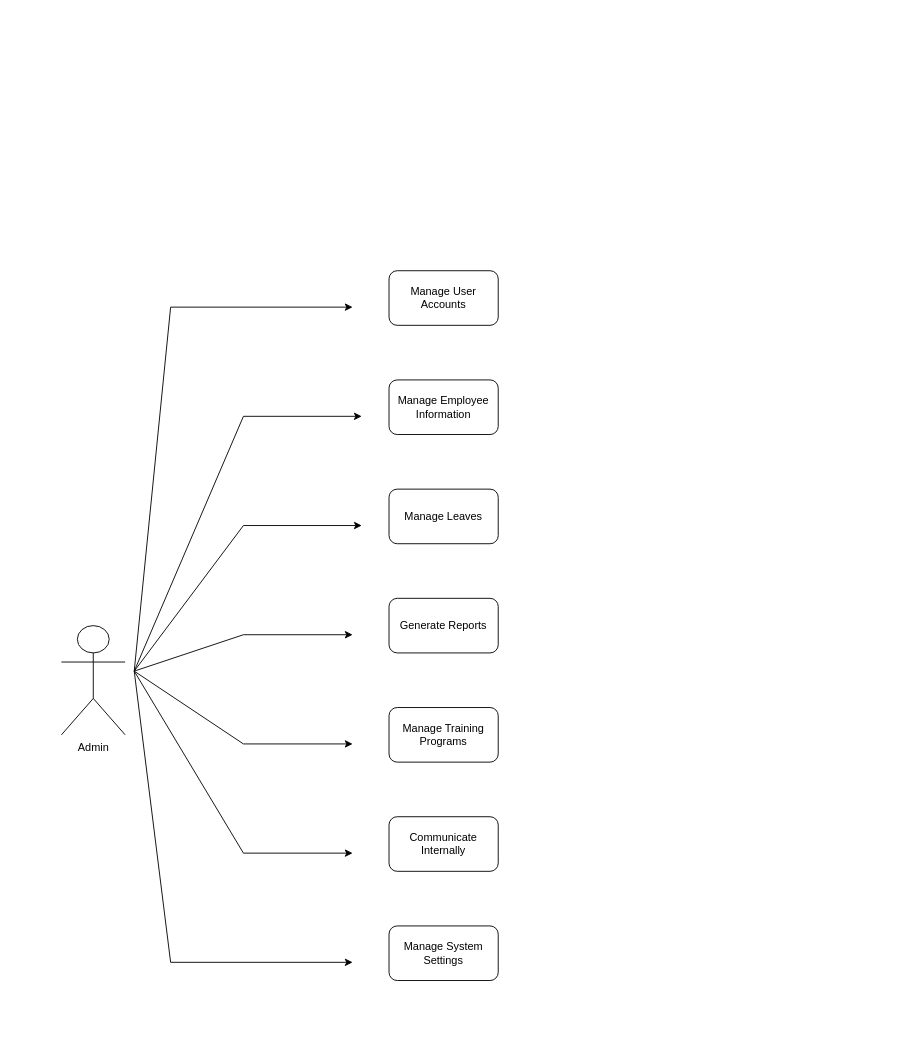
The draw.io diagram Admin Diagram.drawio in Arisa-Ndreu/test, before the edit. Source tidied: cells renumbered, new cells numbered last; positions are measured from the earlier drawing's top-left corner, leaving out a move shared by most shapes. Both pictures are drawn from the tidied source at 91%, with x=0, y=0 at pixel (61, 270).
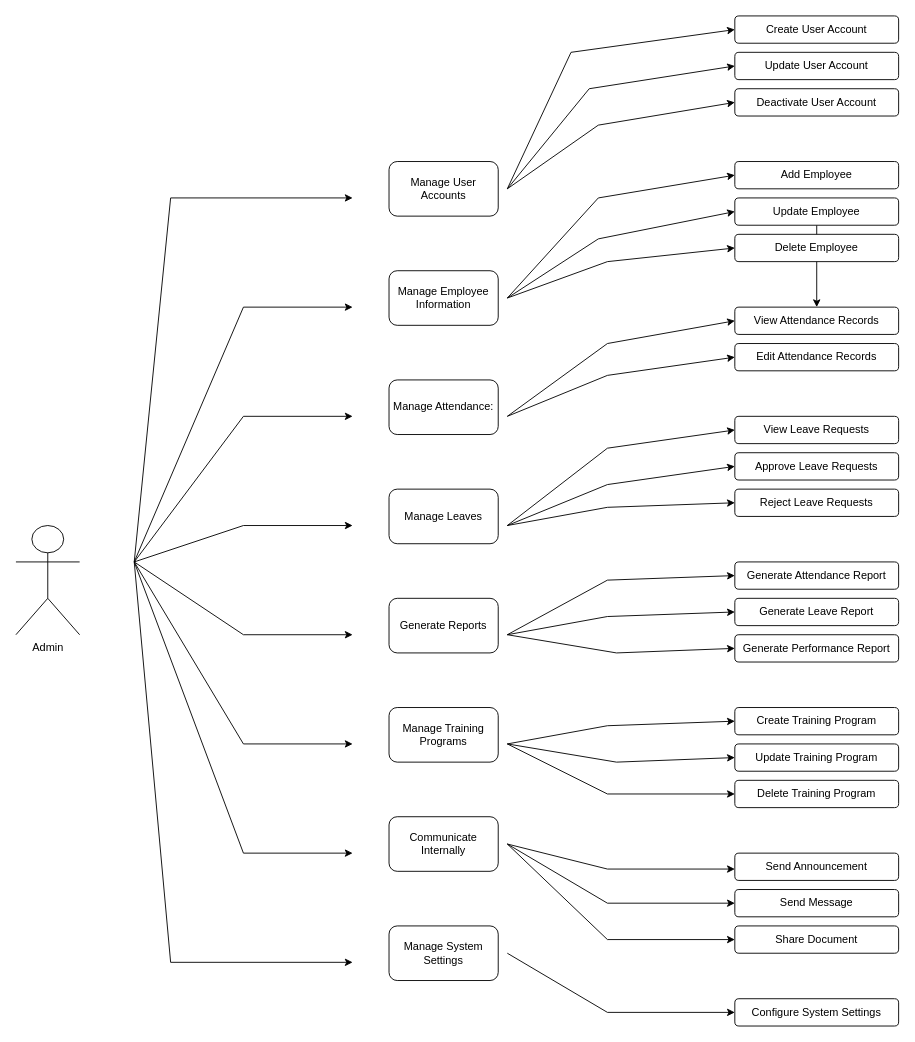
The same page after the edit.

Change to the diagram source:
```diff
@@
     <mxCell id="2" value="Admin" style="shape=umlActor;verticalLabelPosition=bottom;verticalAlign=top;html=1;" parent="1" vertex="1">
-      <mxGeometry y="390" width="70" height="120" as="geometry" />
+      <mxGeometry x="-50" y="280" width="70" height="120" as="geometry" />
     </mxCell>
     <mxCell id="3" value="Manage User Accounts" style="rounded=1;whiteSpace=wrap;html=1;" parent="1" vertex="1">
-      <mxGeometry x="360" width="120" height="60" as="geometry" />
+      <mxGeometry x="360" y="-120" width="120" height="60" as="geometry" />
     </mxCell>
     <mxCell id="4" value="Manage Employee Information" style="rounded=1;whiteSpace=wrap;html=1;" parent="1" vertex="1">
-      <mxGeometry x="360" y="120" width="120" height="60" as="geometry" />
+      <mxGeometry x="360" width="120" height="60" as="geometry" />
     </mxCell>
@@
     <mxCell id="10" style="endArrow=classic;html=1;rounded=0;" parent="1" edge="1">
       <mxGeometry relative="1" as="geometry">
-        <mxPoint x="80" y="440" as="sourcePoint" />
-        <mxPoint x="330" y="160" as="targetPoint" />
+        <mxPoint x="80" y="320" as="sourcePoint" />
+        <mxPoint x="320" y="40" as="targetPoint" />
         <Array as="points">
-          <mxPoint x="200" y="160" />
+          <mxPoint x="200" y="40" />
         </Array>
       </mxGeometry>
     </mxCell>
     <mxCell id="11" style="endArrow=classic;html=1;rounded=0;" parent="1" edge="1">
       <mxGeometry relative="1" as="geometry">
-        <mxPoint x="80" y="440" as="sourcePoint" />
-        <mxPoint x="330" y="280" as="targetPoint" />
+        <mxPoint x="80" y="320" as="sourcePoint" />
+        <mxPoint x="320" y="160" as="targetPoint" />
         <Array as="points">
-          <mxPoint x="200" y="280" />
+          <mxPoint x="200" y="160" />
         </Array>
       </mxGeometry>
     </mxCell>
     <mxCell id="12" style="endArrow=classic;html=1;rounded=0;" parent="1" edge="1">
       <mxGeometry relative="1" as="geometry">
-        <mxPoint x="80" y="440" as="sourcePoint" />
-        <mxPoint x="320" y="400" as="targetPoint" />
+        <mxPoint x="80" y="320" as="sourcePoint" />
+        <mxPoint x="320" y="280" as="targetPoint" />
         <Array as="points">
-          <mxPoint x="200" y="400" />
+          <mxPoint x="200" y="280" />
         </Array>
       </mxGeometry>
     </mxCell>
     <mxCell id="13" style="endArrow=classic;html=1;rounded=0;" parent="1" edge="1">
       <mxGeometry relative="1" as="geometry">
-        <mxPoint x="80" y="440" as="sourcePoint" />
-        <mxPoint x="320" y="40" as="targetPoint" />
+        <mxPoint x="80" y="320" as="sourcePoint" />
+        <mxPoint x="320" y="-80" as="targetPoint" />
         <Array as="points">
-          <mxPoint x="120" y="40" />
+          <mxPoint x="120" y="-80" />
         </Array>
       </mxGeometry>
     </mxCell>
     <mxCell id="14" style="endArrow=classic;html=1;rounded=0;" parent="1" edge="1">
       <mxGeometry relative="1" as="geometry">
-        <mxPoint x="80" y="440" as="sourcePoint" />
-        <mxPoint x="320" y="520" as="targetPoint" />
+        <mxPoint x="80" y="320" as="sourcePoint" />
+        <mxPoint x="320" y="400" as="targetPoint" />
         <Array as="points">
-          <mxPoint x="200" y="520" />
+          <mxPoint x="200" y="400" />
         </Array>
       </mxGeometry>
     </mxCell>
     <mxCell id="15" style="endArrow=classic;html=1;rounded=0;" parent="1" edge="1">
       <mxGeometry relative="1" as="geometry">
-        <mxPoint x="80" y="440" as="sourcePoint" />
-        <mxPoint x="320" y="640" as="targetPoint" />
+        <mxPoint x="80" y="320" as="sourcePoint" />
+        <mxPoint x="320" y="520" as="targetPoint" />
         <Array as="points">
-          <mxPoint x="200" y="640" />
+          <mxPoint x="200" y="520" />
         </Array>
       </mxGeometry>
     </mxCell>
     <mxCell id="16" style="endArrow=classic;html=1;rounded=0;" parent="1" edge="1">
       <mxGeometry relative="1" as="geometry">
-        <mxPoint x="80" y="440" as="sourcePoint" />
-        <mxPoint x="320" y="760" as="targetPoint" />
+        <mxPoint x="80" y="320" as="sourcePoint" />
+        <mxPoint x="320" y="640" as="targetPoint" />
         <Array as="points">
-          <mxPoint x="120" y="760" />
+          <mxPoint x="200" y="640" />
         </Array>
       </mxGeometry>
     </mxCell>
+    <mxCell id="17" value="Update User Account" style="rounded=1;whiteSpace=wrap;html=1;" parent="1" vertex="1">
+      <mxGeometry x="740" y="-240" width="180" height="30" as="geometry" />
+    </mxCell>
+    <mxCell id="18" style="edgeStyle=orthogonalEdgeStyle;rounded=0;jettySize=auto;html=1;" parent="1" edge="1" source="19" target="25">
+      <mxGeometry relative="1" as="geometry" />
+    </mxCell>
+    <mxCell id="19" value="Update Employee" style="rounded=1;whiteSpace=wrap;html=1;" parent="1" vertex="1">
+      <mxGeometry x="740" y="-80" width="180" height="30" as="geometry" />
+    </mxCell>
+    <mxCell id="20" value="Delete Employee" style="rounded=1;whiteSpace=wrap;html=1;" parent="1" vertex="1">
+      <mxGeometry x="740" y="-40" width="180" height="30" as="geometry" />
+    </mxCell>
+    <mxCell id="21" value="Create Training Program" style="rounded=1;whiteSpace=wrap;html=1;" parent="1" vertex="1">
+      <mxGeometry x="740" y="480" width="180" height="30" as="geometry" />
+    </mxCell>
+    <mxCell id="22" value="Add Employee" style="rounded=1;whiteSpace=wrap;html=1;" parent="1" vertex="1">
+      <mxGeometry x="740" y="-120" width="180" height="30" as="geometry" />
+    </mxCell>
+    <mxCell id="23" value="View Leave Requests" style="rounded=1;whiteSpace=wrap;html=1;" parent="1" vertex="1">
+      <mxGeometry x="740" y="160" width="180" height="30" as="geometry" />
+    </mxCell>
+    <mxCell id="24" value="Deactivate User Account" style="rounded=1;whiteSpace=wrap;html=1;" parent="1" vertex="1">
+      <mxGeometry x="740" y="-200" width="180" height="30" as="geometry" />
+    </mxCell>
+    <mxCell id="25" value="View Attendance Records" style="rounded=1;whiteSpace=wrap;html=1;" parent="1" vertex="1">
+      <mxGeometry x="740" y="40" width="180" height="30" as="geometry" />
+    </mxCell>
+    <mxCell id="26" value="Edit Attendance Records" style="rounded=1;whiteSpace=wrap;html=1;" parent="1" vertex="1">
+      <mxGeometry x="740" y="80" width="180" height="30" as="geometry" />
+    </mxCell>
+    <mxCell id="27" value="Approve Leave Requests" style="rounded=1;whiteSpace=wrap;html=1;" parent="1" vertex="1">
+      <mxGeometry x="740" y="200" width="180" height="30" as="geometry" />
+    </mxCell>
+    <mxCell id="28" value="Reject Leave Requests" style="rounded=1;whiteSpace=wrap;html=1;" parent="1" vertex="1">
+      <mxGeometry x="740" y="240" width="180" height="30" as="geometry" />
+    </mxCell>
+    <mxCell id="29" value="Generate Attendance Report" style="rounded=1;whiteSpace=wrap;html=1;" parent="1" vertex="1">
+      <mxGeometry x="740" y="320" width="180" height="30" as="geometry" />
+    </mxCell>
+    <mxCell id="30" value="Generate Leave Report" style="rounded=1;whiteSpace=wrap;html=1;" parent="1" vertex="1">
+      <mxGeometry x="740" y="360" width="180" height="30" as="geometry" />
+    </mxCell>
+    <mxCell id="31" value="Generate Performance Report" style="rounded=1;whiteSpace=wrap;html=1;" parent="1" vertex="1">
+      <mxGeometry x="740" y="400" width="180" height="30" as="geometry" />
+    </mxCell>
+    <mxCell id="32" value="Update Training Program" style="rounded=1;whiteSpace=wrap;html=1;" parent="1" vertex="1">
+      <mxGeometry x="740" y="520" width="180" height="30" as="geometry" />
+    </mxCell>
+    <mxCell id="33" value="Delete Training Program" style="rounded=1;whiteSpace=wrap;html=1;" parent="1" vertex="1">
+      <mxGeometry x="740" y="560" width="180" height="30" as="geometry" />
+    </mxCell>
+    <mxCell id="34" value="Send Announcement" style="rounded=1;whiteSpace=wrap;html=1;" parent="1" vertex="1">
+      <mxGeometry x="740" y="640" width="180" height="30" as="geometry" />
+    </mxCell>
+    <mxCell id="35" value="Send Message" style="rounded=1;whiteSpace=wrap;html=1;" parent="1" vertex="1">
+      <mxGeometry x="740" y="680" width="180" height="30" as="geometry" />
+    </mxCell>
+    <mxCell id="36" value="Share Document" style="rounded=1;whiteSpace=wrap;html=1;" parent="1" vertex="1">
+      <mxGeometry x="740" y="720" width="180" height="30" as="geometry" />
+    </mxCell>
+    <mxCell id="37" value="Create User Account" style="rounded=1;whiteSpace=wrap;html=1;" parent="1" vertex="1">
+      <mxGeometry x="740" y="-280" width="180" height="30" as="geometry" />
+    </mxCell>
+    <mxCell id="38" value="Configure System Settings" style="rounded=1;whiteSpace=wrap;html=1;" parent="1" vertex="1">
+      <mxGeometry x="740" y="800" width="180" height="30" as="geometry" />
+    </mxCell>
+    <mxCell id="39" style="endArrow=classic;html=1;rounded=0;entryX=0;entryY=0.5;entryDx=0;entryDy=0;" parent="1" edge="1" target="37">
+      <mxGeometry relative="1" as="geometry">
+        <mxPoint x="490" y="-90" as="sourcePoint" />
+        <Array as="points">
+          <mxPoint x="560" y="-240" />
+        </Array>
+      </mxGeometry>
+    </mxCell>
+    <mxCell id="40" style="endArrow=classic;html=1;rounded=0;entryX=0;entryY=0.5;entryDx=0;entryDy=0;" parent="1" edge="1" target="17">
+      <mxGeometry relative="1" as="geometry">
+        <mxPoint x="490" y="-90" as="sourcePoint" />
+        <Array as="points">
+          <mxPoint x="580" y="-200" />
+        </Array>
+      </mxGeometry>
+    </mxCell>
+    <mxCell id="41" style="endArrow=classic;html=1;rounded=0;entryX=0;entryY=0.5;entryDx=0;entryDy=0;" parent="1" edge="1" target="24">
+      <mxGeometry relative="1" as="geometry">
+        <mxPoint x="490" y="-90" as="sourcePoint" />
+        <Array as="points">
+          <mxPoint x="590" y="-160" />
+        </Array>
+      </mxGeometry>
+    </mxCell>
+    <mxCell id="42" style="endArrow=classic;html=1;rounded=0;entryX=0;entryY=0.5;entryDx=0;entryDy=0;" parent="1" edge="1" target="19">
+      <mxGeometry relative="1" as="geometry">
+        <mxPoint x="490" y="30" as="sourcePoint" />
+        <Array as="points">
+          <mxPoint x="590" y="-35" />
+        </Array>
+      </mxGeometry>
+    </mxCell>
+    <mxCell id="43" style="endArrow=classic;html=1;rounded=0;entryX=0;entryY=0.5;entryDx=0;entryDy=0;" parent="1" edge="1">
+      <mxGeometry relative="1" as="geometry">
+        <mxPoint x="490" y="30" as="sourcePoint" />
+        <mxPoint x="740" y="-105" as="targetPoint" />
+        <Array as="points">
+          <mxPoint x="590" y="-80" />
+        </Array>
+      </mxGeometry>
+    </mxCell>
+    <mxCell id="44" style="endArrow=classic;html=1;rounded=0;entryX=0;entryY=0.5;entryDx=0;entryDy=0;" parent="1" edge="1" target="20">
+      <mxGeometry relative="1" as="geometry">
+        <mxPoint x="490" y="30" as="sourcePoint" />
+        <Array as="points">
+          <mxPoint x="600" y="-10" />
+        </Array>
+      </mxGeometry>
+    </mxCell>
+    <mxCell id="45" style="endArrow=classic;html=1;rounded=0;entryX=0;entryY=0.5;entryDx=0;entryDy=0;" parent="1" edge="1" target="26">
+      <mxGeometry relative="1" as="geometry">
+        <mxPoint x="490" y="160" as="sourcePoint" />
+        <Array as="points">
+          <mxPoint x="600" y="115" />
+        </Array>
+      </mxGeometry>
+    </mxCell>
+    <mxCell id="46" style="endArrow=classic;html=1;rounded=0;entryX=0;entryY=0.5;entryDx=0;entryDy=0;" parent="1" edge="1" target="25">
+      <mxGeometry relative="1" as="geometry">
+        <mxPoint x="490" y="160" as="sourcePoint" />
+        <Array as="points">
+          <mxPoint x="600" y="80" />
+        </Array>
+      </mxGeometry>
+    </mxCell>
+    <mxCell id="47" style="endArrow=classic;html=1;rounded=0;entryX=0;entryY=0.5;entryDx=0;entryDy=0;" parent="1" edge="1">
+      <mxGeometry relative="1" as="geometry">
+        <mxPoint x="490" y="280" as="sourcePoint" />
+        <mxPoint x="740" y="215" as="targetPoint" />
+        <Array as="points">
+          <mxPoint x="600" y="235" />
+        </Array>
+      </mxGeometry>
+    </mxCell>
+    <mxCell id="48" style="endArrow=classic;html=1;rounded=0;entryX=0;entryY=0.5;entryDx=0;entryDy=0;" parent="1" edge="1">
+      <mxGeometry relative="1" as="geometry">
+        <mxPoint x="490" y="280" as="sourcePoint" />
+        <mxPoint x="740" y="255" as="targetPoint" />
+        <Array as="points">
+          <mxPoint x="600" y="260" />
+        </Array>
+      </mxGeometry>
+    </mxCell>
+    <mxCell id="49" style="endArrow=classic;html=1;rounded=0;entryX=0;entryY=0.5;entryDx=0;entryDy=0;" parent="1" edge="1">
+      <mxGeometry relative="1" as="geometry">
+        <mxPoint x="490" y="280" as="sourcePoint" />
+        <mxPoint x="740" y="175" as="targetPoint" />
+        <Array as="points">
+          <mxPoint x="600" y="195" />
+        </Array>
+      </mxGeometry>
+    </mxCell>
+    <mxCell id="50" style="endArrow=classic;html=1;rounded=0;entryX=0;entryY=0.5;entryDx=0;entryDy=0;" parent="1" edge="1">
+      <mxGeometry relative="1" as="geometry">
+        <mxPoint x="490" y="400" as="sourcePoint" />
+        <mxPoint x="740" y="375" as="targetPoint" />
+        <Array as="points">
+          <mxPoint x="600" y="380" />
+        </Array>
+      </mxGeometry>
+    </mxCell>
+    <mxCell id="51" style="endArrow=classic;html=1;rounded=0;entryX=0;entryY=0.5;entryDx=0;entryDy=0;" parent="1" edge="1">
+      <mxGeometry relative="1" as="geometry">
+        <mxPoint x="490" y="400" as="sourcePoint" />
+        <mxPoint x="740" y="335" as="targetPoint" />
+        <Array as="points">
+          <mxPoint x="600" y="340" />
+        </Array>
+      </mxGeometry>
+    </mxCell>
+    <mxCell id="52" style="endArrow=classic;html=1;rounded=0;entryX=0;entryY=0.5;entryDx=0;entryDy=0;" parent="1" edge="1" target="31">
+      <mxGeometry relative="1" as="geometry">
+        <mxPoint x="490" y="400" as="sourcePoint" />
+        <Array as="points">
+          <mxPoint x="610" y="420" />
+        </Array>
+      </mxGeometry>
+    </mxCell>
+    <mxCell id="53" value="Manage Attendance:" style="rounded=1;whiteSpace=wrap;html=1;" parent="1" vertex="1">
+      <mxGeometry x="360" y="120" width="120" height="60" as="geometry" />
+    </mxCell>
+    <mxCell id="54" style="endArrow=classic;html=1;rounded=0;" parent="1" edge="1">
+      <mxGeometry relative="1" as="geometry">
+        <mxPoint x="80" y="320" as="sourcePoint" />
+        <mxPoint x="320" y="760" as="targetPoint" />
+        <Array as="points">
+          <mxPoint x="120" y="760" />
+        </Array>
+      </mxGeometry>
+    </mxCell>
+    <mxCell id="55" style="endArrow=classic;html=1;rounded=0;entryX=0;entryY=0.5;entryDx=0;entryDy=0;" parent="1" edge="1">
+      <mxGeometry relative="1" as="geometry">
+        <mxPoint x="490" y="520" as="sourcePoint" />
+        <mxPoint x="740" y="495" as="targetPoint" />
+        <Array as="points">
+          <mxPoint x="600" y="500" />
+        </Array>
+      </mxGeometry>
+    </mxCell>
+    <mxCell id="56" style="endArrow=classic;html=1;rounded=0;entryX=0;entryY=0.5;entryDx=0;entryDy=0;" parent="1" edge="1">
+      <mxGeometry relative="1" as="geometry">
+        <mxPoint x="490" y="520" as="sourcePoint" />
+        <mxPoint x="740" y="535" as="targetPoint" />
+        <Array as="points">
+          <mxPoint x="610" y="540" />
+        </Array>
+      </mxGeometry>
+    </mxCell>
+    <mxCell id="57" style="endArrow=classic;html=1;rounded=0;entryX=0;entryY=0.5;entryDx=0;entryDy=0;" parent="1" edge="1" target="33">
+      <mxGeometry relative="1" as="geometry">
+        <mxPoint x="490" y="520" as="sourcePoint" />
+        <Array as="points">
+          <mxPoint x="600" y="575" />
+        </Array>
+      </mxGeometry>
+    </mxCell>
+    <mxCell id="58" style="endArrow=classic;html=1;rounded=0;entryX=0;entryY=0.5;entryDx=0;entryDy=0;" parent="1" edge="1">
+      <mxGeometry relative="1" as="geometry">
+        <mxPoint x="490" y="630" as="sourcePoint" />
+        <mxPoint x="740" y="657.5" as="targetPoint" />
+        <Array as="points">
+          <mxPoint x="600" y="657.5" />
+        </Array>
+      </mxGeometry>
+    </mxCell>
+    <mxCell id="59" style="endArrow=classic;html=1;rounded=0;entryX=0;entryY=0.5;entryDx=0;entryDy=0;" parent="1" edge="1">
+      <mxGeometry relative="1" as="geometry">
+        <mxPoint x="490" y="630" as="sourcePoint" />
+        <mxPoint x="740" y="695" as="targetPoint" />
+        <Array as="points">
+          <mxPoint x="600" y="695" />
+        </Array>
+      </mxGeometry>
+    </mxCell>
+    <mxCell id="60" style="endArrow=classic;html=1;rounded=0;entryX=0;entryY=0.5;entryDx=0;entryDy=0;" parent="1" edge="1">
+      <mxGeometry relative="1" as="geometry">
+        <mxPoint x="490" y="630" as="sourcePoint" />
+        <mxPoint x="740" y="735" as="targetPoint" />
+        <Array as="points">
+          <mxPoint x="600" y="735" />
+        </Array>
+      </mxGeometry>
+    </mxCell>
+    <mxCell id="61" style="endArrow=classic;html=1;rounded=0;entryX=0;entryY=0.5;entryDx=0;entryDy=0;" parent="1" edge="1">
+      <mxGeometry relative="1" as="geometry">
+        <mxPoint x="490" y="750" as="sourcePoint" />
+        <mxPoint x="740" y="815" as="targetPoint" />
+        <Array as="points">
+          <mxPoint x="600" y="815" />
+        </Array>
+      </mxGeometry>
+    </mxCell>
```
